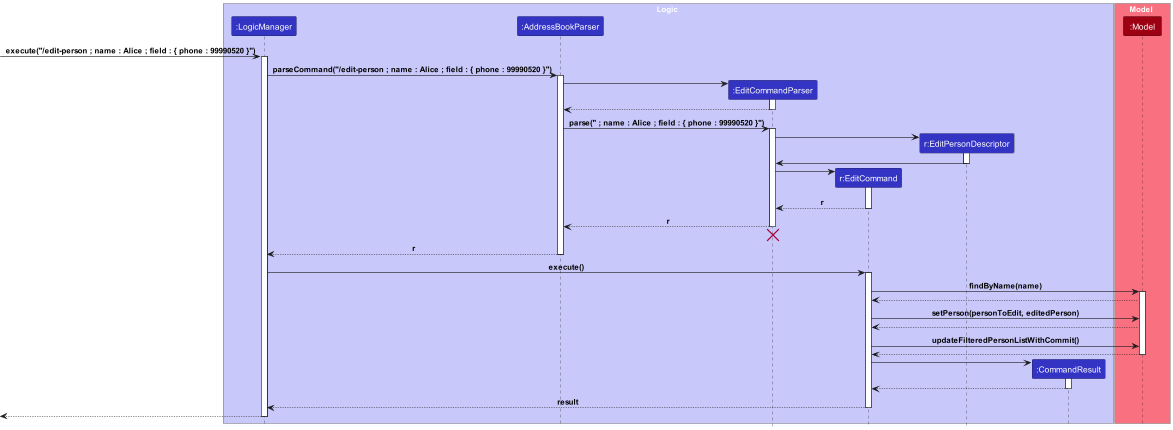
Earlier version of the PlantUML export docs/images/EditCommandSequenceDiagram.png (yleeyilin/tp).
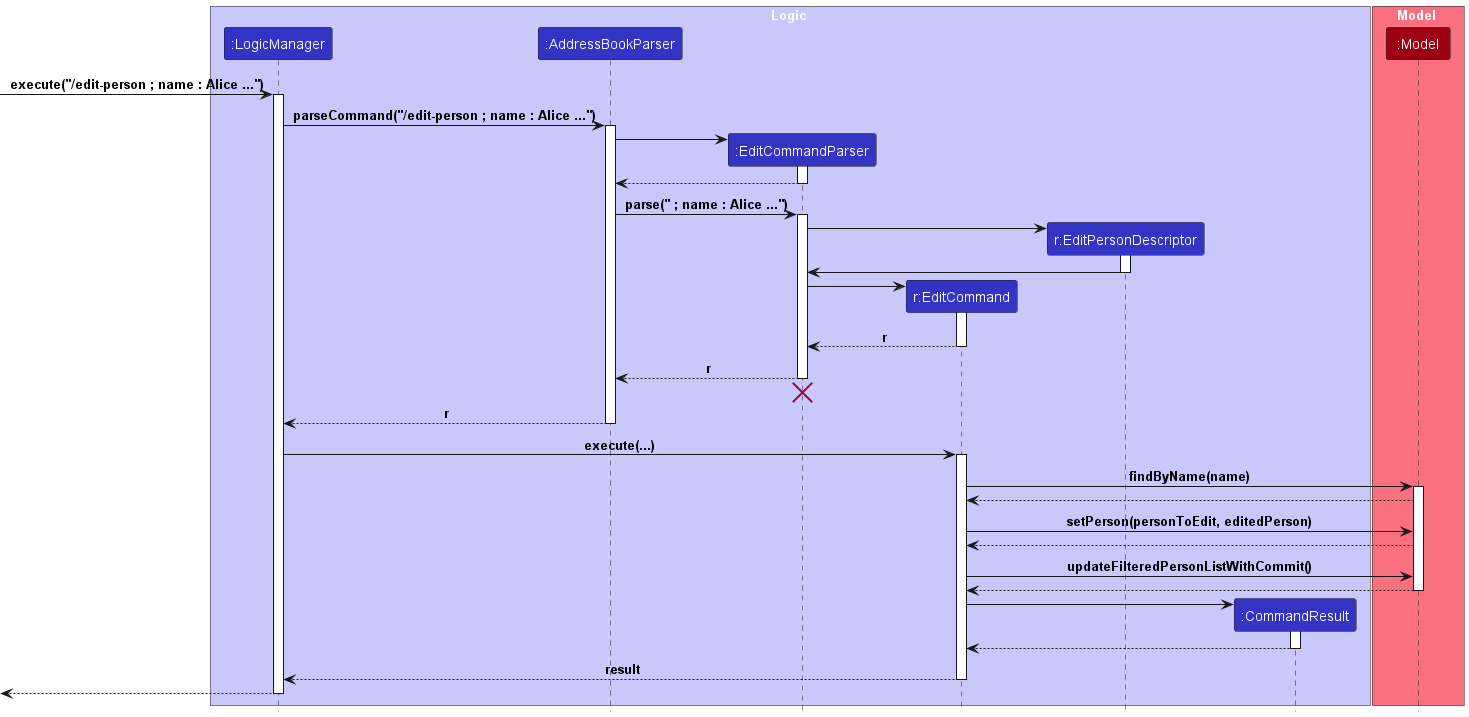
The same file after the commit.

Change to the diagram source:
```diff
@@ -14,10 +14,10 @@
 participant ":Model" as Model MODEL_COLOR
 end box
 
-[-> LogicManager : execute("/edit-person ; name : Alice ; field : { phone : 99990520 }")
+[-> LogicManager : execute("/edit-person ; name : Alice ...")
 activate LogicManager
 
-LogicManager -> AddressBookParser : parseCommand("/edit-person ; name : Alice ; field : { phone : 99990520 }")
+LogicManager -> AddressBookParser : parseCommand("/edit-person ; name : Alice ...")
 activate AddressBookParser
 
 create EditCommandParser
@@ -27,7 +27,7 @@
 EditCommandParser --> AddressBookParser
 deactivate EditCommandParser
 
-AddressBookParser -> EditCommandParser : parse(" ; name : Alice ; field : { phone : 99990520 }")
+AddressBookParser -> EditCommandParser : parse(" ; name : Alice ...")
 activate EditCommandParser
 
 create EditPersonDescriptor
@@ -52,7 +52,7 @@
 AddressBookParser --> LogicManager : r
 deactivate AddressBookParser
 
-LogicManager -> EditCommand : execute()
+LogicManager -> EditCommand : execute(...)
 activate EditCommand
 
 EditCommand -> Model : findByName(name)
```
